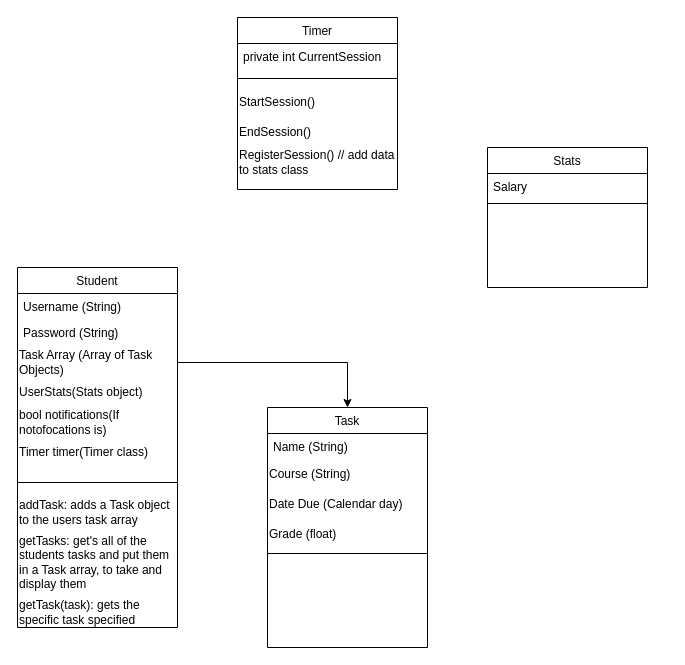
The draw.io diagram Untitled Diagram.drawio in DROFEL/Please_Compile_ProSchoolar, before the edit. Source tidied: cells renumbered, new cells numbered last; positions are measured from the earlier drawing's top-left corner, leaving out a move shared by most shapes. Both pictures are drawn from the tidied source at 100%, with x=0, y=0 at pixel (17, 17).
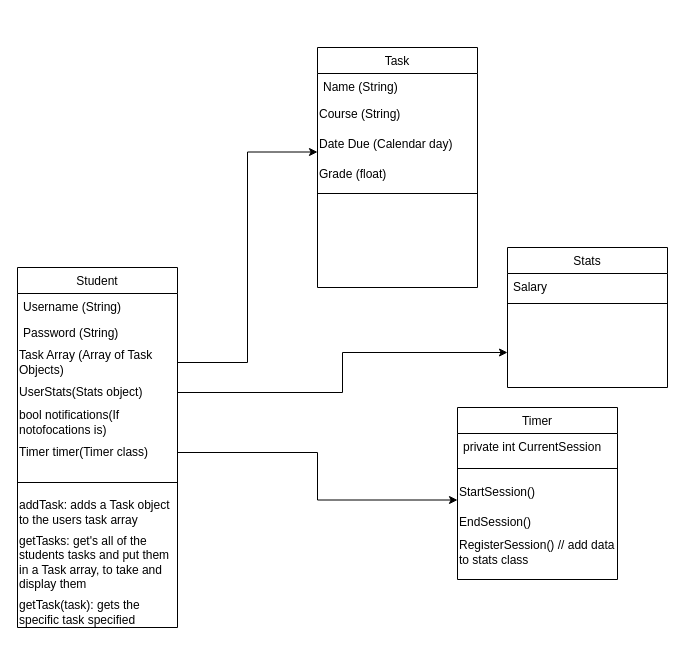
Above is the later version.

The change refers to these unchanged cells:
```xml
<mxCell id="5" value="Task Array (Array of Task Objects)" style="text;html=1;strokeColor=none;fillColor=none;align=left;verticalAlign=middle;whiteSpace=wrap;rounded=0;" parent="2" vertex="1">
  <mxGeometry y="80" width="160" height="30" as="geometry" />
</mxCell>
<mxCell id="6" value="UserStats(Stats object)" style="text;html=1;strokeColor=none;fillColor=none;align=left;verticalAlign=middle;whiteSpace=wrap;rounded=0;" parent="2" vertex="1">
  <mxGeometry y="110" width="160" height="30" as="geometry" />
</mxCell>
<mxCell id="8" value="Timer timer(Timer class)" style="text;html=1;strokeColor=none;fillColor=none;align=left;verticalAlign=middle;whiteSpace=wrap;rounded=0;" parent="2" vertex="1">
  <mxGeometry y="170" width="160" height="30" as="geometry" />
</mxCell>
<mxCell id="19" value="StartSession()" style="text;html=1;strokeColor=none;fillColor=none;align=left;verticalAlign=middle;whiteSpace=wrap;rounded=0;" parent="16" vertex="1">
  <mxGeometry y="70" width="160" height="30" as="geometry" />
</mxCell>
<mxCell id="25" value="Date Due (Calendar day)" style="text;html=1;strokeColor=none;fillColor=none;align=left;verticalAlign=middle;whiteSpace=wrap;rounded=0;" parent="22" vertex="1">
  <mxGeometry y="82" width="160" height="30" as="geometry" />
</mxCell>
```

Diff of the diagram source:
```diff
@@
     <mxCell id="13" value="Stats" style="swimlane;fontStyle=0;align=center;verticalAlign=top;horizontal=1;startSize=26;rounded=0;shadow=0;strokeWidth=1;" parent="1" vertex="1">
-      <mxGeometry x="470" y="130" width="160" height="140" as="geometry" />
+      <mxGeometry x="490" y="230" width="160" height="140" as="geometry" />
     </mxCell>
@@
     <mxCell id="16" value="Timer" style="swimlane;fontStyle=0;align=center;verticalAlign=top;horizontal=1;startSize=26;rounded=0;shadow=0;strokeWidth=1;" parent="1" vertex="1">
-      <mxGeometry x="220" width="160" height="172" as="geometry" />
+      <mxGeometry x="440" y="390" width="160" height="172" as="geometry" />
     </mxCell>
@@
     <mxCell id="22" value="Task" style="swimlane;fontStyle=0;align=center;verticalAlign=top;horizontal=1;startSize=26;rounded=0;shadow=0;strokeWidth=1;" parent="1" vertex="1">
-      <mxGeometry x="250" y="390" width="160" height="240" as="geometry" />
+      <mxGeometry x="300" y="30" width="160" height="240" as="geometry" />
     </mxCell>
@@
-    <mxCell id="28" style="edgeStyle=orthogonalEdgeStyle;rounded=0;jettySize=auto;html=1;exitX=1;exitY=0.5;exitDx=0;exitDy=0;entryX=0.5;entryY=0;entryDx=0;entryDy=0;" parent="1" edge="1" source="5" target="22">
-      <mxGeometry relative="1" as="geometry" />
-    </mxCell>
+    <mxCell id="29" style="edgeStyle=orthogonalEdgeStyle;rounded=0;jettySize=auto;html=1;entryX=0;entryY=0.75;entryDx=0;entryDy=0;" parent="1" edge="1" source="6" target="13">
+      <mxGeometry relative="1" as="geometry" />
+    </mxCell>
+    <mxCell id="30" style="edgeStyle=orthogonalEdgeStyle;rounded=0;jettySize=auto;html=1;entryX=0;entryY=0.75;entryDx=0;entryDy=0;" parent="1" edge="1" source="8" target="19">
+      <mxGeometry relative="1" as="geometry" />
+    </mxCell>
+    <mxCell id="31" style="edgeStyle=orthogonalEdgeStyle;rounded=0;jettySize=auto;html=1;entryX=0;entryY=0.75;entryDx=0;entryDy=0;" parent="1" edge="1" source="5" target="25">
+      <mxGeometry relative="1" as="geometry">
+        <Array as="points">
+          <mxPoint x="230" y="345" />
+          <mxPoint x="230" y="135" />
+        </Array>
+      </mxGeometry>
+    </mxCell>
```
